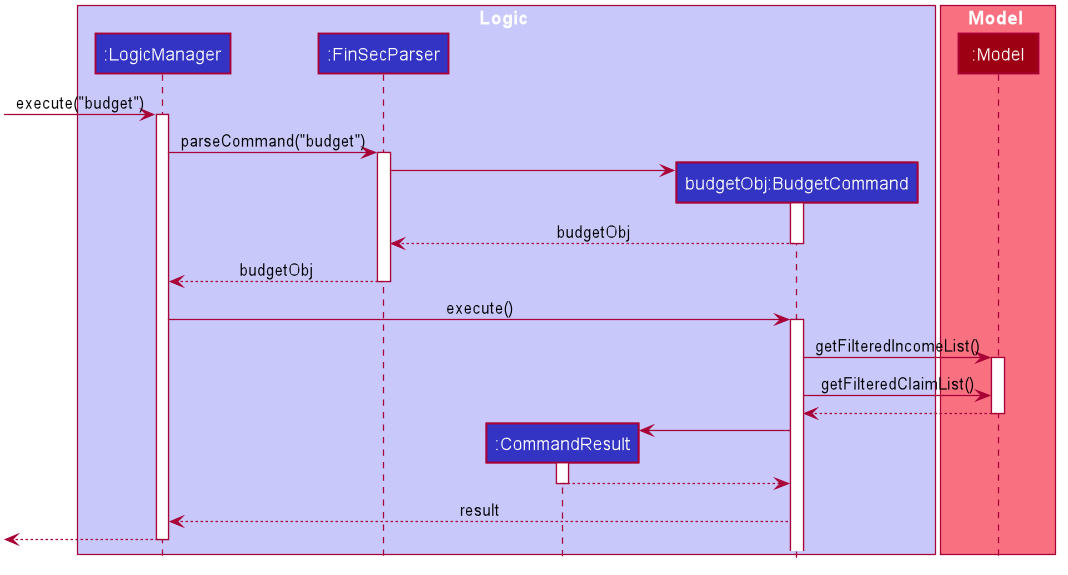
Above: docs/images/BudgetSequenceDiagram.png in nus-cs2103-AY1920S1/addressbook-level3 (PlantUML), before the change.
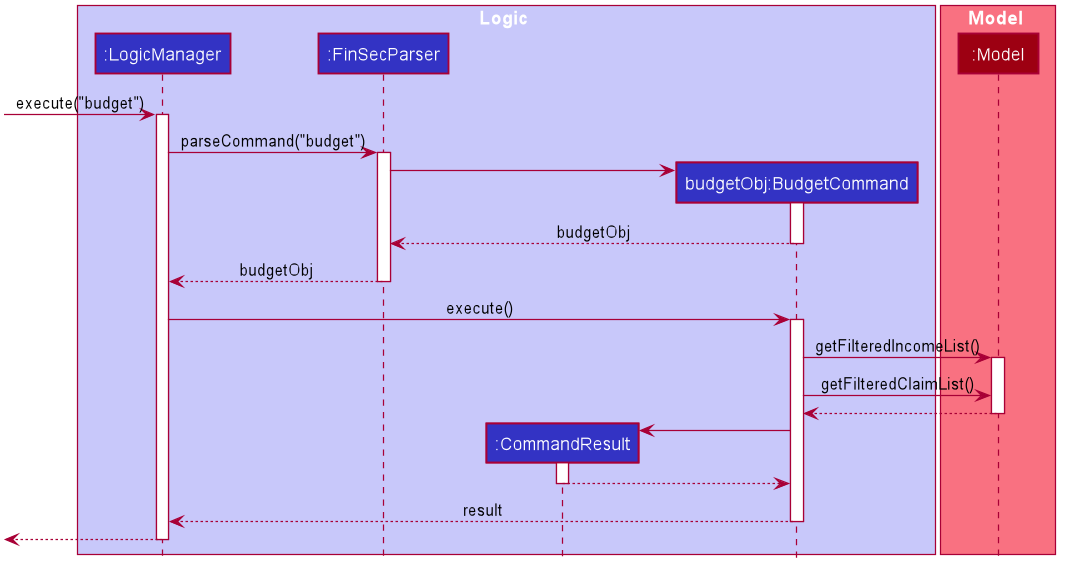
Above is the later version.

Commit message:
Fix error in BudgetDiagram

What changed in the source:
```diff
@@ -94,6 +94,7 @@
 deactivate CommandResult
 
 BudgetCommand --> LogicManager : result
+deactivate BudgetCommand
 
 [<--LogicManager
 deactivate LogicManager
```
